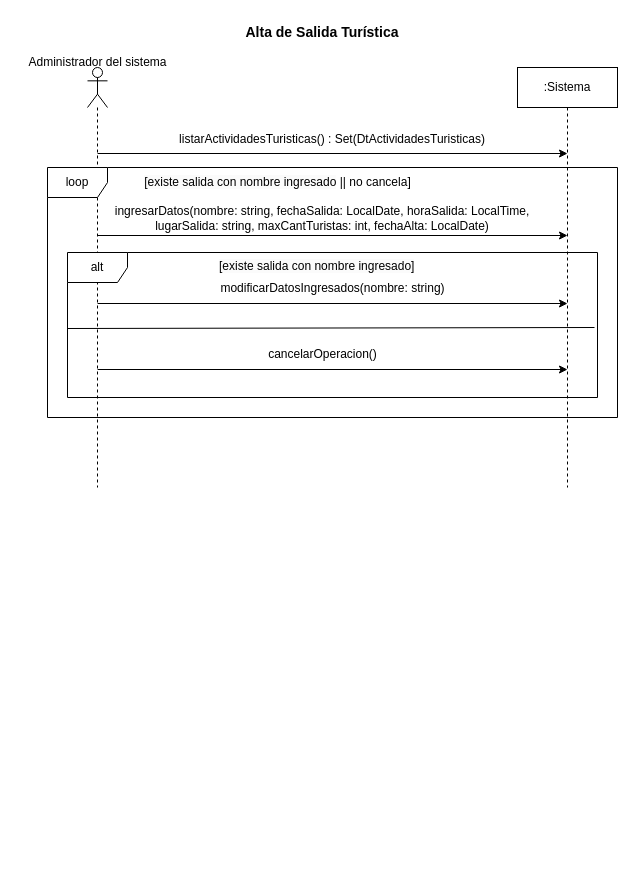
rofernandezm/Tencnoinf_Pap2025_Tarea1 keeps this draw.io diagram as page "CU6_AltaSalidaTurística" (4 of 5) of resources/Tarea1.drawio. Above is the earlier version. Source tidied: cells renumbered, new cells numbered last; positions are measured from the earlier drawing's top-left corner, leaving out a move shared by most shapes. Both pictures are drawn from the tidied source at 100%, with x=0, y=0 at pixel (17, 17).
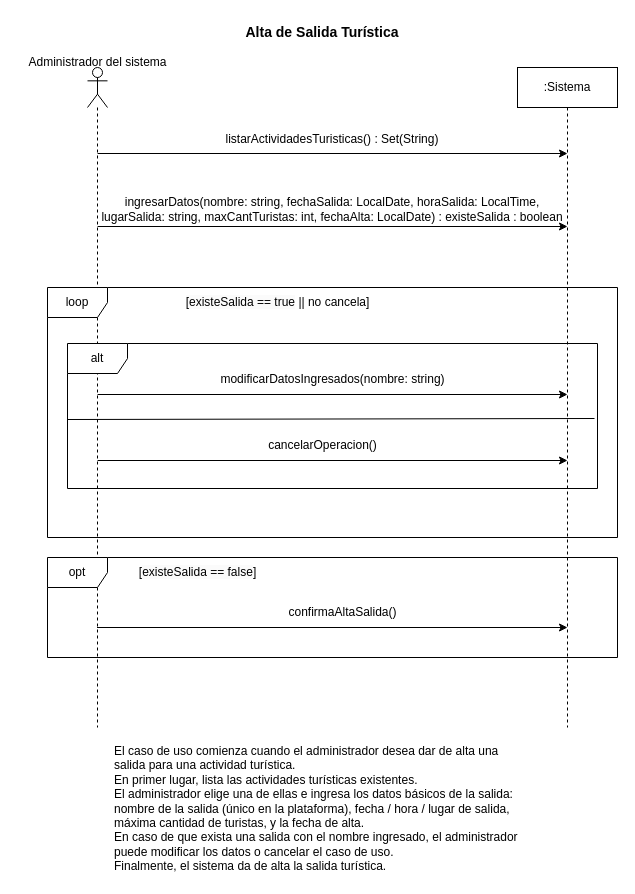
After the change.

The edit, as a diff of the source:
```diff
@@
     <mxCell id="2" style="shape=umlLifeline;perimeter=lifelinePerimeter;whiteSpace=wrap;html=1;outlineConnect=0;portConstraint=eastwest;newEdgeStyle={&quot;curved&quot;:0,&quot;rounded&quot;:0};participant=umlActor;" parent="1" vertex="1">
-      <mxGeometry x="70" y="50" width="20" height="420" as="geometry" />
+      <mxGeometry x="70" y="50" width="20" height="660" as="geometry" />
     </mxCell>
     <mxCell id="3" value=":Sistema" style="shape=umlLifeline;perimeter=lifelinePerimeter;whiteSpace=wrap;html=1;newEdgeStyle={&quot;curved&quot;:0,&quot;rounded&quot;:0};" parent="1" vertex="1">
-      <mxGeometry x="500" y="50" width="100" height="420" as="geometry" />
+      <mxGeometry x="500" y="50" width="100" height="660" as="geometry" />
     </mxCell>
@@
-    <mxCell id="6" value="listarActividadesTuristicas() : Set(DtActividadesTuristicas)" style="text;html=1;align=center;verticalAlign=middle;whiteSpace=wrap;rounded=0;" parent="1" vertex="1">
+    <mxCell id="6" value="listarActividadesTuristicas() : Set(String)" style="text;html=1;align=center;verticalAlign=middle;whiteSpace=wrap;rounded=0;" parent="1" vertex="1">
       <mxGeometry x="145" y="107" width="340" height="30" as="geometry" />
     </mxCell>
     <mxCell id="7" value="loop" style="shape=umlFrame;whiteSpace=wrap;html=1;" parent="1" vertex="1">
-      <mxGeometry x="30" y="150" width="570" height="250" as="geometry" />
+      <mxGeometry x="30" y="270" width="570" height="250" as="geometry" />
     </mxCell>
-    <mxCell id="8" value="ingresarDatos(nombre: string, fechaSalida: LocalDate, horaSalida: LocalTime, lugarSalida: string, maxCantTuristas: int, fechaAlta: LocalDate)" style="text;html=1;align=center;verticalAlign=middle;whiteSpace=wrap;rounded=0;" parent="1" vertex="1">
-      <mxGeometry x="70" y="186" width="470" height="30" as="geometry" />
+    <mxCell id="8" value="ingresarDatos(nombre: string, fechaSalida: LocalDate, horaSalida: LocalTime, lugarSalida: string, maxCantTuristas: int, fechaAlta: LocalDate) : existeSalida : boolean" style="text;html=1;align=center;verticalAlign=middle;whiteSpace=wrap;rounded=0;" parent="1" vertex="1">
+      <mxGeometry x="80" y="177" width="470" height="30" as="geometry" />
     </mxCell>
     <mxCell id="9" value="alt" style="shape=umlFrame;whiteSpace=wrap;html=1;" parent="1" vertex="1">
-      <mxGeometry x="50" y="235" width="530" height="145" as="geometry" />
+      <mxGeometry x="50" y="326" width="530" height="145" as="geometry" />
     </mxCell>
-    <mxCell id="10" value="&lt;span style=&quot;color: rgb(0, 0, 0); font-family: Helvetica; font-size: 12px; font-style: normal; font-variant-ligatures: normal; font-variant-caps: normal; font-weight: 400; letter-spacing: normal; orphans: 2; text-align: center; text-indent: 0px; text-transform: none; widows: 2; word-spacing: 0px; -webkit-text-stroke-width: 0px; white-space: nowrap; background-color: rgb(251, 251, 251); text-decoration-thickness: initial; text-decoration-style: initial; text-decoration-color: initial; float: none; display: inline !important;&quot;&gt;[existe salida con nombre ingresado]&lt;/span&gt;" style="text;whiteSpace=wrap;html=1;" parent="1" vertex="1">
-      <mxGeometry x="200" y="235" width="180" height="40" as="geometry" />
-    </mxCell>
     <mxCell id="11" value="modificarDatosIngresados(nombre: string)" style="text;html=1;align=center;verticalAlign=middle;whiteSpace=wrap;rounded=0;" parent="1" vertex="1">
-      <mxGeometry x="155.5" y="256" width="319" height="30" as="geometry" />
+      <mxGeometry x="155.5" y="347" width="319" height="30" as="geometry" />
     </mxCell>
     <mxCell id="12" value="cancelarOperacion()" style="text;html=1;align=center;verticalAlign=middle;whiteSpace=wrap;rounded=0;" parent="1" vertex="1">
-      <mxGeometry x="129.5" y="322" width="351" height="30" as="geometry" />
+      <mxGeometry x="129.5" y="413" width="351" height="30" as="geometry" />
     </mxCell>
     <mxCell id="13" style="endArrow=none;html=1;rounded=0;exitX=0.001;exitY=0.53;exitDx=0;exitDy=0;exitPerimeter=0;entryX=0.997;entryY=0.521;entryDx=0;entryDy=0;entryPerimeter=0;" parent="1" edge="1">
       <mxGeometry relative="1" as="geometry">
-        <mxPoint x="50" y="311" as="sourcePoint" />
-        <mxPoint x="577" y="310" as="targetPoint" />
+        <mxPoint x="50" y="402" as="sourcePoint" />
+        <mxPoint x="577" y="401" as="targetPoint" />
       </mxGeometry>
     </mxCell>
-    <mxCell id="14" value="&lt;span style=&quot;background-color: rgb(251, 251, 251);&quot;&gt;[existe salida con nombre ingresado&lt;/span&gt;&amp;nbsp;|| no&amp;nbsp;&lt;span style=&quot;text-wrap-mode: wrap;&quot;&gt;cancela&lt;/span&gt;]" style="text;html=1;align=center;verticalAlign=middle;strokeColor=none;fillColor=none;" parent="1" vertex="1">
-      <mxGeometry x="115" y="150" width="290" height="30" as="geometry" />
+    <mxCell id="14" value="&lt;span style=&quot;background-color: rgb(251, 251, 251);&quot;&gt;[existeSalida == true&lt;/span&gt;&amp;nbsp;|| no&amp;nbsp;&lt;span style=&quot;text-wrap-mode: wrap;&quot;&gt;cancela&lt;/span&gt;]" style="text;html=1;align=center;verticalAlign=middle;strokeColor=none;fillColor=none;" parent="1" vertex="1">
+      <mxGeometry x="155" y="270" width="210" height="30" as="geometry" />
     </mxCell>
@@
     <mxCell id="16" style="endArrow=classic;html=1;rounded=0;" parent="1" edge="1">
       <mxGeometry relative="1" as="geometry">
-        <mxPoint x="80.1" y="218" as="sourcePoint" />
-        <mxPoint x="550" y="218" as="targetPoint" />
+        <mxPoint x="80.1" y="209" as="sourcePoint" />
+        <mxPoint x="550" y="209" as="targetPoint" />
       </mxGeometry>
     </mxCell>
     <mxCell id="17" style="endArrow=classic;html=1;rounded=0;" parent="1" edge="1">
       <mxGeometry relative="1" as="geometry">
-        <mxPoint x="80.1" y="286" as="sourcePoint" />
-        <mxPoint x="550" y="286" as="targetPoint" />
+        <mxPoint x="80.1" y="377" as="sourcePoint" />
+        <mxPoint x="550" y="377" as="targetPoint" />
       </mxGeometry>
     </mxCell>
     <mxCell id="18" style="endArrow=classic;html=1;rounded=0;" parent="1" edge="1">
       <mxGeometry relative="1" as="geometry">
-        <mxPoint x="80.1" y="352" as="sourcePoint" />
-        <mxPoint x="550" y="352" as="targetPoint" />
+        <mxPoint x="80.1" y="443" as="sourcePoint" />
+        <mxPoint x="550" y="443" as="targetPoint" />
       </mxGeometry>
     </mxCell>
+    <mxCell id="19" value="opt" style="shape=umlFrame;whiteSpace=wrap;html=1;" parent="1" vertex="1">
+      <mxGeometry x="30" y="540" width="570" height="100" as="geometry" />
+    </mxCell>
+    <mxCell id="20" style="endArrow=classic;html=1;rounded=0;" parent="1" edge="1" source="2">
+      <mxGeometry relative="1" as="geometry">
+        <mxPoint x="550" y="610" as="targetPoint" />
+      </mxGeometry>
+    </mxCell>
+    <mxCell id="21" value="confirmaAltaSalida()" style="text;html=1;align=center;verticalAlign=middle;strokeColor=none;fillColor=none;" parent="1" vertex="1">
+      <mxGeometry x="260" y="580" width="130" height="30" as="geometry" />
+    </mxCell>
+    <mxCell id="22" value="[&lt;span style=&quot;background-color: rgb(251, 251, 251);&quot;&gt;existeSalida == false&lt;/span&gt;]" style="text;html=1;align=center;verticalAlign=middle;strokeColor=none;fillColor=none;" parent="1" vertex="1">
+      <mxGeometry x="110" y="540" width="140" height="30" as="geometry" />
+    </mxCell>
+    <mxCell id="23" value="El caso de uso comienza cuando el administrador desea dar de alta una &lt;br&gt;salida para una actividad turística.&amp;nbsp;&lt;div&gt;En primer lugar, lista las actividades turísticas  existentes.&amp;nbsp;&lt;/div&gt;&lt;div&gt;El administrador elige una de ellas  e ingresa los datos básicos de la salida: nombre de la salida (único en la plataforma), fecha / hora / lugar de salida, máxima cantidad de turistas, y la fecha de alta.&amp;nbsp;&lt;/div&gt;&lt;div&gt;En  caso  de  que  exista  una  salida con  el  nombre  ingresado, el administrador  puede  modificar  los  datos  o  cancelar  el  caso  de  uso. &lt;br&gt;Finalmente, el sistema da de alta la salida turística.&lt;/div&gt;" style="text;whiteSpace=wrap;html=1;" parent="1" vertex="1">
+      <mxGeometry x="95" y="720" width="420" height="140" as="geometry" />
+    </mxCell>
```
